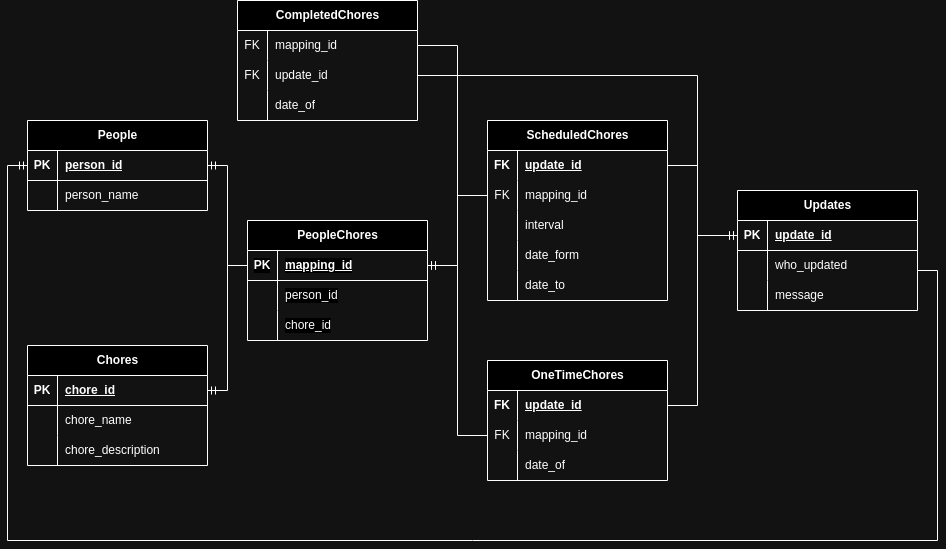
Before: database/Chores Manager database.png, a diagram exported from draw.io (typsoon/chores_manager). Source tidied: cells renumbered, new cells last; positions are measured from the earlier drawing's top-left corner, leaving out a move shared by most shapes.
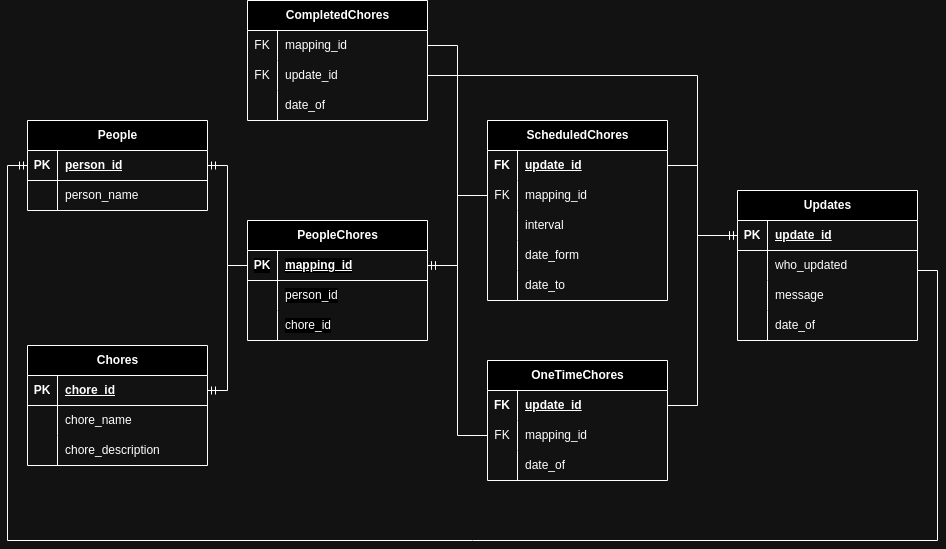
The same file after the commit.

What changed in the source:
```diff
@@ -102,7 +102,7 @@
       <mxGeometry x="30" width="150" height="30" as="geometry" />
     </mxCell>
     <mxCell id="35" value="Updates" style="shape=table;startSize=30;rowLines=0;fontStyle=1;align=center;html=1;" parent="1" vertex="1">
-      <mxGeometry x="730" y="190" width="180" height="120" as="geometry" />
+      <mxGeometry x="730" y="190" width="180" height="150" as="geometry" />
     </mxCell>
     <mxCell id="36" style="shape=tableRow;horizontal=0;startSize=0;swimlaneHead=0;swimlaneBody=0;fillColor=none;points=[[0,0.5],[1,0.5]];portConstraint=eastwest;top=0;left=0;right=0;bottom=1;" parent="35" vertex="1">
       <mxGeometry y="30" width="180" height="30" as="geometry" />
@@ -131,6 +131,15 @@
     <mxCell id="44" value="message" style="shape=partialRectangle;fillColor=none;top=0;left=0;bottom=0;right=0;align=left;spacingLeft=6;overflow=hidden;whiteSpace=wrap;html=1;" parent="42" vertex="1">
       <mxGeometry x="30" width="150" height="30" as="geometry" />
     </mxCell>
+    <mxCell id="84" style="shape=tableRow;horizontal=0;startSize=0;swimlaneHead=0;swimlaneBody=0;fillColor=none;top=0;left=0;right=0;bottom=0;" parent="35" vertex="1">
+      <mxGeometry y="120" width="180" height="30" as="geometry" />
+    </mxCell>
+    <mxCell id="85" style="shape=partialRectangle;fillColor=none;top=0;left=0;bottom=0;right=0;overflow=hidden;whiteSpace=wrap;html=1;" parent="84" vertex="1">
+      <mxGeometry width="30" height="30" as="geometry" />
+    </mxCell>
+    <mxCell id="86" value="date_of" style="shape=partialRectangle;fillColor=none;top=0;left=0;bottom=0;right=0;align=left;spacingLeft=6;overflow=hidden;whiteSpace=wrap;html=1;" parent="84" vertex="1">
+      <mxGeometry x="30" width="150" height="30" as="geometry" />
+    </mxCell>
     <mxCell id="45" value="OneTimeChores" style="shape=table;startSize=30;rowLines=0;fontStyle=1;align=center;html=1;" parent="1" vertex="1">
       <mxGeometry x="480" y="360" width="180" height="120" as="geometry" />
     </mxCell>
@@ -178,7 +187,7 @@
       </mxGeometry>
     </mxCell>
     <mxCell id="57" value="CompletedChores" style="shape=table;startSize=30;rowLines=0;fontStyle=1;align=center;html=1;" parent="1" vertex="1">
-      <mxGeometry x="230" width="180" height="120" as="geometry" />
+      <mxGeometry x="240" width="180" height="120" as="geometry" />
     </mxCell>
     <mxCell id="58" style="shape=tableRow;horizontal=0;startSize=0;swimlaneHead=0;swimlaneBody=0;fillColor=none;points=[[0,0.5],[1,0.5]];portConstraint=eastwest;top=0;left=0;right=0;bottom=0;" parent="57" vertex="1">
       <mxGeometry y="30" width="180" height="30" as="geometry" />
@@ -269,9 +278,8 @@
         </Array>
       </mxGeometry>
     </mxCell>
-    <mxCell id="81" style="edgeStyle=orthogonalEdgeStyle;fontSize=12;html=1;endArrow=ERmandOne;rounded=0;strokeColor=default;align=center;verticalAlign=middle;fontFamily=Helvetica;fontColor=default;labelBackgroundColor=default;exitX=1;exitY=0.5;exitDx=0;exitDy=0;entryX=1;entryY=0.5;entryDx=0;entryDy=0;" parent="1" edge="1" target="68">
+    <mxCell id="81" style="edgeStyle=orthogonalEdgeStyle;fontSize=12;html=1;endArrow=ERmandOne;rounded=0;strokeColor=default;align=center;verticalAlign=middle;fontFamily=Helvetica;fontColor=default;labelBackgroundColor=default;exitX=1;exitY=0.5;exitDx=0;exitDy=0;entryX=1;entryY=0.5;entryDx=0;entryDy=0;" parent="1" edge="1" source="58" target="68">
       <mxGeometry relative="1" as="geometry">
-        <mxPoint x="410" y="45" as="sourcePoint" />
         <Array as="points">
           <mxPoint x="450" y="45" />
           <mxPoint x="450" y="265" />
```
